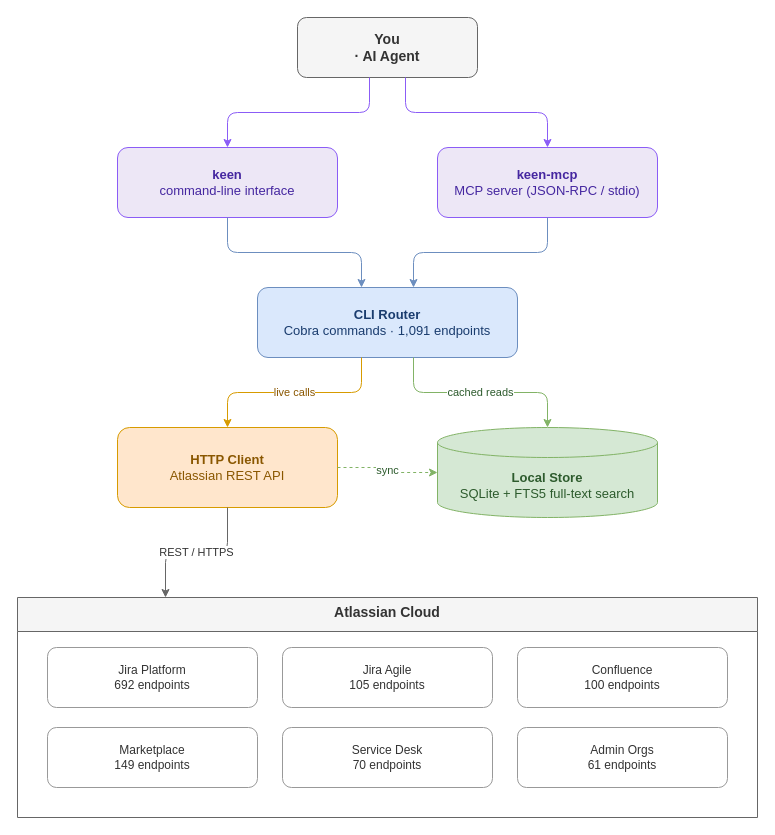
The draw.io diagram docs/diagrams/architecture.drawio in imogenlabs/keen, before the edit. Source tidied: cells renumbered, new cells numbered last; positions are measured from the earlier drawing's top-left corner, leaving out a move shared by most shapes. Both pictures are drawn from the tidied source at 100%, with x=0, y=0 at pixel (17, 17).
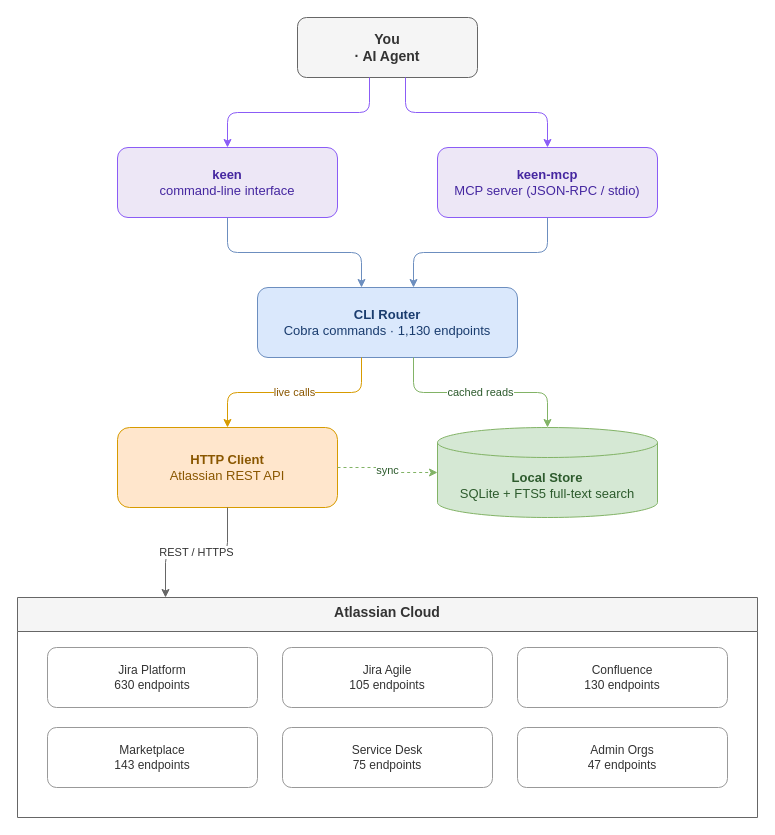
The same page after the edit.

Unchanged cells that the change refers to:
```xml
<mxCell id="8" value="Atlassian Cloud" style="swimlane;startSize=34;whiteSpace=wrap;html=1;fillColor=#f5f5f5;strokeColor=#666666;fontColor=#333333;fontSize=14;fontStyle=1;verticalAlign=top;" parent="1" vertex="1">
  <mxGeometry y="580" width="740" height="220" as="geometry" />
</mxCell>
```

The edit, as a diff of the source:
```diff
@@
-    <mxCell id="5" value="&lt;b&gt;CLI Router&lt;/b&gt;&#10;Cobra commands · 1,091 endpoints" style="rounded=1;whiteSpace=wrap;html=1;fillColor=#dae8fc;strokeColor=#6c8ebf;fontColor=#1a3c6e;fontSize=13;" parent="1" vertex="1">
+    <mxCell id="5" value="&lt;b&gt;CLI Router&lt;/b&gt;&#10;Cobra commands · 1,130 endpoints" style="rounded=1;whiteSpace=wrap;html=1;fillColor=#dae8fc;strokeColor=#6c8ebf;fontColor=#1a3c6e;fontSize=13;" parent="1" vertex="1">
       <mxGeometry x="240" y="270" width="260" height="70" as="geometry" />
     </mxCell>
@@
-    <mxCell id="9" value="Jira Platform&#10;692 endpoints" style="rounded=1;whiteSpace=wrap;html=1;fillColor=#ffffff;strokeColor=#999999;fontColor=#333333;fontSize=12;" parent="8" vertex="1">
+    <mxCell id="9" value="Jira Platform&#10;630 endpoints" style="rounded=1;whiteSpace=wrap;html=1;fillColor=#ffffff;strokeColor=#999999;fontColor=#333333;fontSize=12;" parent="8" vertex="1">
       <mxGeometry x="30" y="50" width="210" height="60" as="geometry" />
     </mxCell>
@@
-    <mxCell id="11" value="Confluence&#10;100 endpoints" style="rounded=1;whiteSpace=wrap;html=1;fillColor=#ffffff;strokeColor=#999999;fontColor=#333333;fontSize=12;" parent="8" vertex="1">
+    <mxCell id="11" value="Confluence&#10;130 endpoints" style="rounded=1;whiteSpace=wrap;html=1;fillColor=#ffffff;strokeColor=#999999;fontColor=#333333;fontSize=12;" parent="8" vertex="1">
       <mxGeometry x="500" y="50" width="210" height="60" as="geometry" />
     </mxCell>
-    <mxCell id="12" value="Marketplace&#10;149 endpoints" style="rounded=1;whiteSpace=wrap;html=1;fillColor=#ffffff;strokeColor=#999999;fontColor=#333333;fontSize=12;" parent="8" vertex="1">
+    <mxCell id="12" value="Marketplace&#10;143 endpoints" style="rounded=1;whiteSpace=wrap;html=1;fillColor=#ffffff;strokeColor=#999999;fontColor=#333333;fontSize=12;" parent="8" vertex="1">
       <mxGeometry x="30" y="130" width="210" height="60" as="geometry" />
     </mxCell>
-    <mxCell id="13" value="Service Desk&#10;70 endpoints" style="rounded=1;whiteSpace=wrap;html=1;fillColor=#ffffff;strokeColor=#999999;fontColor=#333333;fontSize=12;" parent="8" vertex="1">
+    <mxCell id="13" value="Service Desk&#10;75 endpoints" style="rounded=1;whiteSpace=wrap;html=1;fillColor=#ffffff;strokeColor=#999999;fontColor=#333333;fontSize=12;" parent="8" vertex="1">
       <mxGeometry x="265" y="130" width="210" height="60" as="geometry" />
     </mxCell>
-    <mxCell id="14" value="Admin Orgs&#10;61 endpoints" style="rounded=1;whiteSpace=wrap;html=1;fillColor=#ffffff;strokeColor=#999999;fontColor=#333333;fontSize=12;" parent="8" vertex="1">
+    <mxCell id="14" value="Admin Orgs&#10;47 endpoints" style="rounded=1;whiteSpace=wrap;html=1;fillColor=#ffffff;strokeColor=#999999;fontColor=#333333;fontSize=12;" parent="8" vertex="1">
       <mxGeometry x="500" y="130" width="210" height="60" as="geometry" />
     </mxCell>
```
